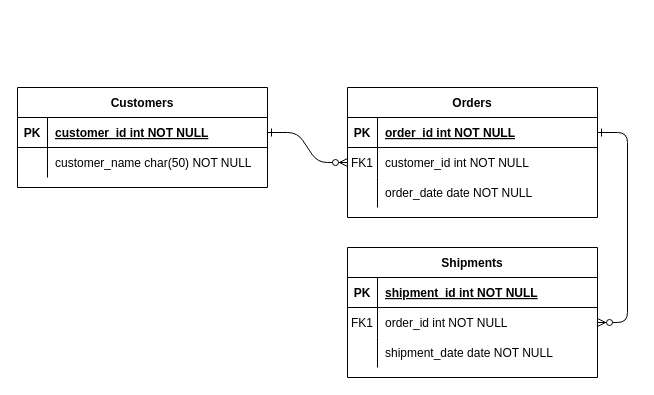
This is milestone_4/Untitled Diagram.drawio from mick3/milestone_4, a draw.io file, before an edit. Source tidied: cells renumbered, new cells numbered last; positions are measured from the earlier drawing's top-left corner, leaving out a move shared by most shapes. Both pictures are drawn from the tidied source at 100%, with x=0, y=0 at pixel (17, 87).
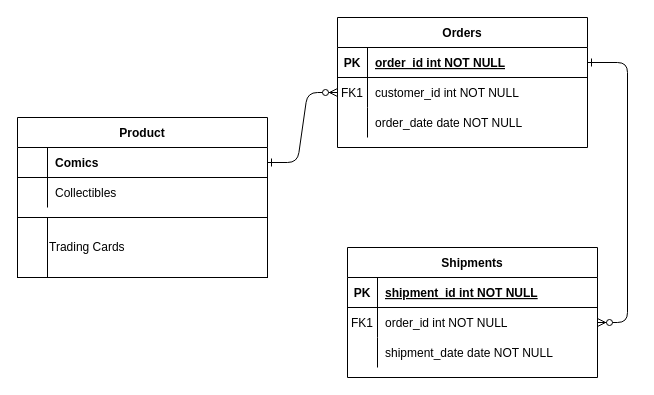
Above is the later version.

The change refers to these unchanged cells:
```xml
<mxCell id="25" style="shape=partialRectangle;fillColor=none;points=[[0,0.5],[1,0.5]];portConstraint=eastwest;top=0;left=0;right=0;bottom=1;" parent="24" vertex="1">
  <mxGeometry y="30" width="250" height="30" as="geometry" />
</mxCell>
<mxCell id="28" style="shape=partialRectangle;fillColor=none;top=0;left=0;right=0;bottom=0;" parent="24" vertex="1">
  <mxGeometry y="60" width="250" height="30" as="geometry" />
</mxCell>
```

The edit, as a diff of the source:
```diff
@@
     <mxCell id="4" value="Orders" style="shape=table;startSize=30;childLayout=tableLayout;rowLines=0;fontStyle=1;align=center;" parent="1" vertex="1">
-      <mxGeometry x="330" width="250" height="130" as="geometry" />
+      <mxGeometry x="320" y="-70" width="250" height="130" as="geometry" />
     </mxCell>
@@
-    <mxCell id="24" value="Customers" style="shape=table;startSize=30;childLayout=tableLayout;rowLines=0;fontStyle=1;align=center;" parent="1" vertex="1">
-      <mxGeometry width="250" height="100" as="geometry" />
+    <mxCell id="24" value="Product" style="shape=table;startSize=30;childLayout=tableLayout;rowLines=0;fontStyle=1;align=center;" parent="1" vertex="1">
+      <mxGeometry y="30" width="250" height="100" as="geometry" />
     </mxCell>
@@
-    <mxCell id="26" value="PK" style="shape=partialRectangle;overflow=hidden;fillColor=none;top=0;left=0;bottom=0;right=0;fontStyle=1;" parent="25" vertex="1">
+    <mxCell id="26" style="shape=partialRectangle;overflow=hidden;fillColor=none;top=0;left=0;bottom=0;right=0;fontStyle=1;" parent="25" vertex="1">
       <mxGeometry width="30" height="30" as="geometry" />
     </mxCell>
-    <mxCell id="27" value="customer_id int NOT NULL " style="shape=partialRectangle;overflow=hidden;fillColor=none;top=0;left=0;bottom=0;right=0;align=left;spacingLeft=6;fontStyle=5;" parent="25" vertex="1">
+    <mxCell id="27" value="Comics" style="shape=partialRectangle;overflow=hidden;fillColor=none;top=0;left=0;bottom=0;right=0;align=left;spacingLeft=6;fontStyle=1;" parent="25" vertex="1">
       <mxGeometry x="30" width="220" height="30" as="geometry" />
     </mxCell>
@@
-    <mxCell id="30" value="customer_name char(50) NOT NULL" style="shape=partialRectangle;overflow=hidden;fillColor=none;top=0;left=0;bottom=0;right=0;align=left;spacingLeft=6;" parent="28" vertex="1">
+    <mxCell id="30" value="Collectibles" style="shape=partialRectangle;overflow=hidden;fillColor=none;top=0;left=0;bottom=0;right=0;align=left;spacingLeft=6;" parent="28" vertex="1">
       <mxGeometry x="30" width="220" height="30" as="geometry" />
     </mxCell>
+    <mxCell id="31" value="Trading Cards&lt;br&gt;" style="rounded=0;whiteSpace=wrap;html=1;align=left;" parent="1" vertex="1">
+      <mxGeometry x="30" y="130" width="220" height="60" as="geometry" />
+    </mxCell>
+    <mxCell id="32" style="rounded=0;whiteSpace=wrap;html=1;align=left;" parent="1" vertex="1">
+      <mxGeometry y="130" width="30" height="60" as="geometry" />
+    </mxCell>
```
